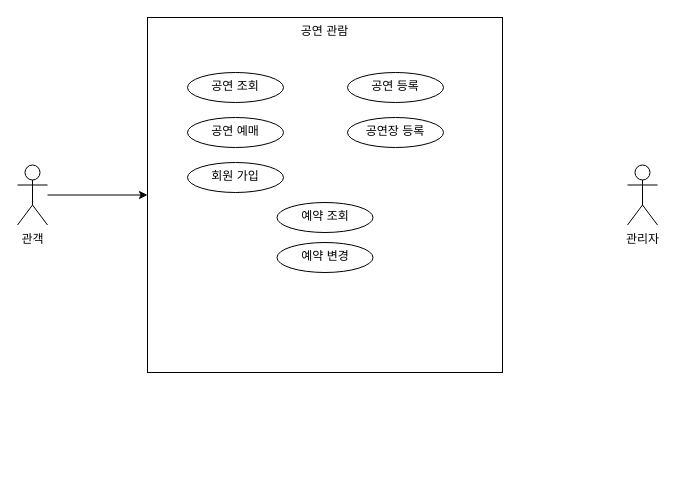
Earlier version of the draw.io diagram requirements.drawio (hunjuly/rehearsal). Source tidied: cells renumbered, new cells numbered last; positions are measured from the earlier drawing's top-left corner, leaving out a move shared by most shapes. Both pictures are drawn from the tidied source at 100%, with x=0, y=0 at pixel (17, 17).
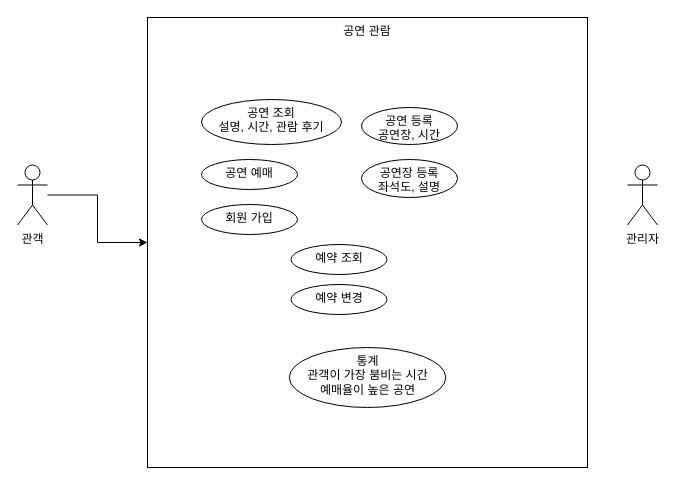
The same page after the edit.

Change to the diagram source:
```diff
@@
 <mxGraphModel>
   <root>
     <mxCell id="0" />
     <mxCell id="1" parent="0" />
     <mxCell id="2" style="edgeStyle=orthogonalEdgeStyle;rounded=0;jettySize=auto;html=1;" parent="1" edge="1" source="3" target="5">
       <mxGeometry relative="1" as="geometry" />
     </mxCell>
     <mxCell id="3" value="관객" style="shape=umlActor;verticalLabelPosition=bottom;verticalAlign=top;html=1;outlineConnect=0;" parent="1" vertex="1">
       <mxGeometry y="147.5" width="30" height="60" as="geometry" />
     </mxCell>
     <mxCell id="4" value="관리자" style="shape=umlActor;verticalLabelPosition=bottom;verticalAlign=top;html=1;" parent="1" vertex="1">
       <mxGeometry x="610" y="147.5" width="30" height="60" as="geometry" />
     </mxCell>
     <mxCell id="5" value="공연 관람" style="whiteSpace=wrap;html=1;verticalAlign=top;" parent="1" vertex="1">
-      <mxGeometry x="130" width="355" height="355" as="geometry" />
+      <mxGeometry x="130" width="440" height="450" as="geometry" />
     </mxCell>
-    <mxCell id="6" value="공연 조회" style="ellipse;whiteSpace=wrap;html=1;verticalAlign=top;" parent="1" vertex="1">
-      <mxGeometry x="170" y="55" width="96" height="30" as="geometry" />
+    <mxCell id="6" value="공연 조회&lt;br&gt;설명, 시간, 관람 후기" style="ellipse;whiteSpace=wrap;html=1;verticalAlign=top;" parent="1" vertex="1">
+      <mxGeometry x="184" y="82" width="140" height="45" as="geometry" />
     </mxCell>
     <mxCell id="7" value="공연 예매" style="ellipse;whiteSpace=wrap;html=1;verticalAlign=top;" parent="1" vertex="1">
-      <mxGeometry x="170" y="100" width="96" height="30" as="geometry" />
+      <mxGeometry x="184" y="142" width="96" height="30" as="geometry" />
     </mxCell>
-    <mxCell id="8" value="공연 등록" style="ellipse;whiteSpace=wrap;html=1;verticalAlign=top;" parent="1" vertex="1">
-      <mxGeometry x="330" y="55" width="96" height="30" as="geometry" />
+    <mxCell id="8" value="공연 등록&lt;br&gt;공연장, 시간" style="ellipse;whiteSpace=wrap;html=1;verticalAlign=top;" parent="1" vertex="1">
+      <mxGeometry x="344" y="90" width="96" height="37" as="geometry" />
     </mxCell>
-    <mxCell id="9" value="공연장 등록" style="ellipse;whiteSpace=wrap;html=1;verticalAlign=top;" parent="1" vertex="1">
-      <mxGeometry x="330" y="100" width="96" height="30" as="geometry" />
+    <mxCell id="9" value="공연장 등록&lt;br&gt;좌석도, 설명" style="ellipse;whiteSpace=wrap;html=1;verticalAlign=top;" parent="1" vertex="1">
+      <mxGeometry x="344" y="142" width="96" height="38" as="geometry" />
     </mxCell>
     <mxCell id="10" value="회원 가입" style="ellipse;whiteSpace=wrap;html=1;verticalAlign=top;" parent="1" vertex="1">
-      <mxGeometry x="170" y="145" width="96" height="30" as="geometry" />
+      <mxGeometry x="184" y="187" width="96" height="30" as="geometry" />
     </mxCell>
     <mxCell id="11" value="예약 조회" style="ellipse;whiteSpace=wrap;html=1;verticalAlign=top;" parent="1" vertex="1">
-      <mxGeometry x="259.5" y="185" width="96" height="30" as="geometry" />
+      <mxGeometry x="273.5" y="227" width="96" height="30" as="geometry" />
     </mxCell>
     <mxCell id="12" value="예약 변경" style="ellipse;whiteSpace=wrap;html=1;verticalAlign=top;" parent="1" vertex="1">
-      <mxGeometry x="259.5" y="225" width="96" height="30" as="geometry" />
+      <mxGeometry x="273.5" y="267" width="96" height="30" as="geometry" />
     </mxCell>
+    <mxCell id="13" value="통계&lt;br&gt;관객이 가장 붐비는 시간&lt;br&gt;예매율이 높은 공연" style="ellipse;whiteSpace=wrap;html=1;verticalAlign=top;" parent="1" vertex="1">
+      <mxGeometry x="271.8" y="330" width="156.5" height="60" as="geometry" />
+    </mxCell>
   </root>
 </mxGraphModel>
```
